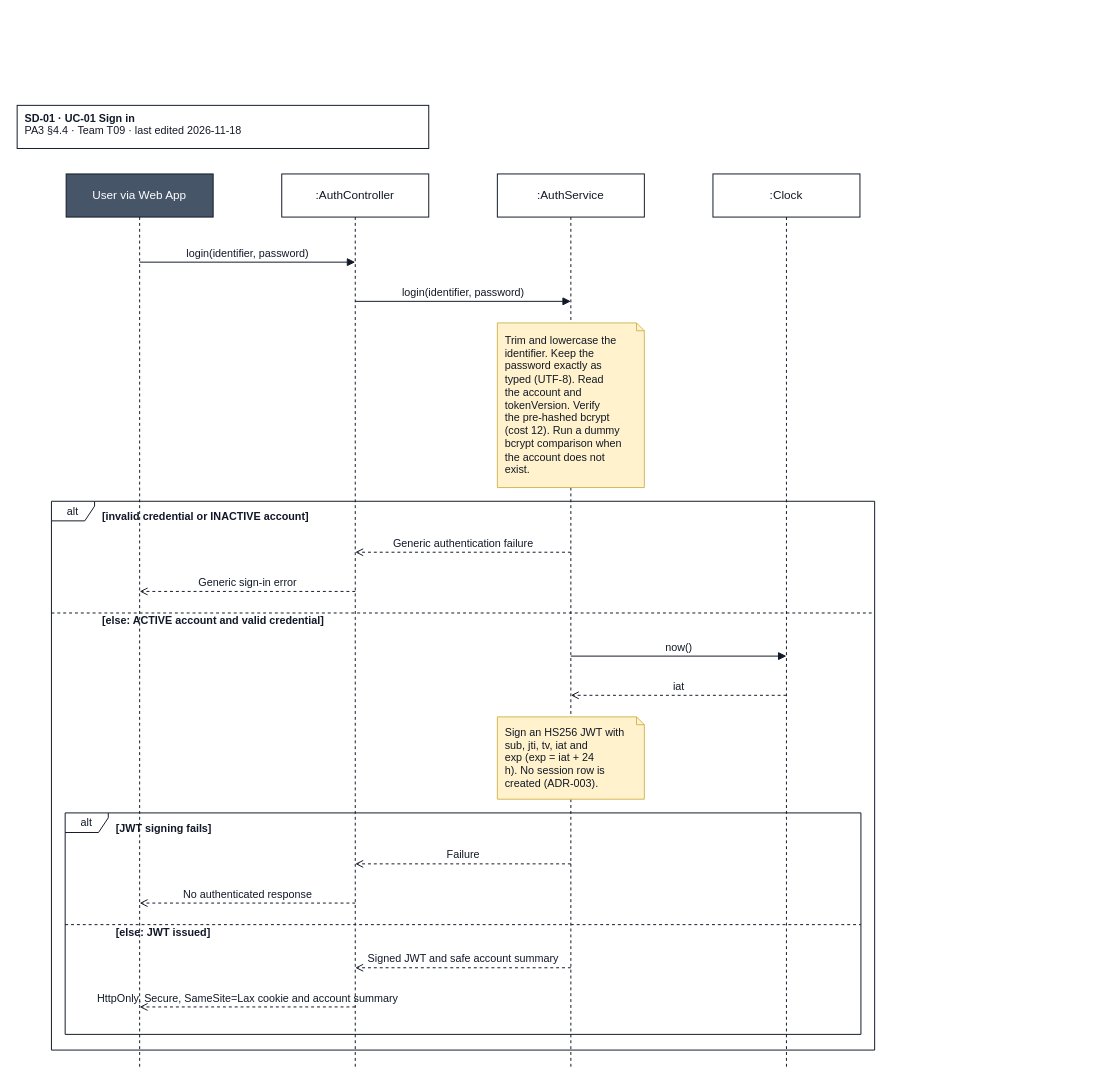
The draw.io diagram docs/design/diagrams/SD-01_uc01-sign-in.drawio in JuliaTrang/T09-CampusBorrow, before the edit. Source tidied: cells renumbered, new cells numbered last; positions are measured from the earlier drawing's top-left corner, leaving out a move shared by most shapes. Both pictures are drawn from the tidied source at 98%, with x=0, y=0 at pixel (17, 105).
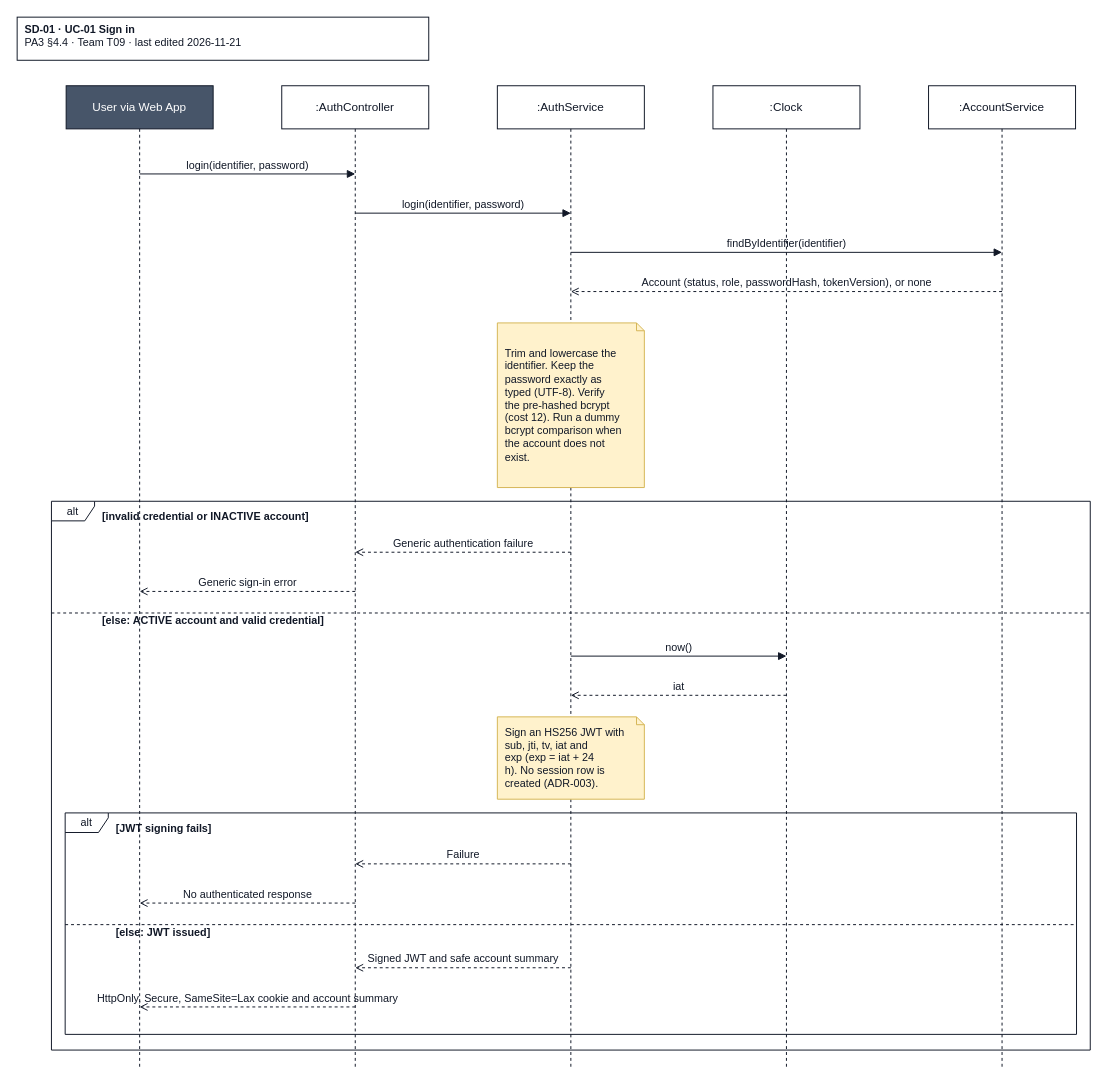
The same diagram, later.

What changed in the source:
```diff
@@
-    <mxCell id="2" value="&lt;b&gt;SD-01 · UC-01 Sign in&lt;/b&gt;&lt;br&gt;PA3 §4.4 · Team T09 · last edited 2026-11-18" style="rounded=0;whiteSpace=wrap;html=1;align=left;verticalAlign=top;spacingLeft=6;strokeColor=#111827;fillColor=#ffffff;fontFamily=Arial;fontSize=11;fontColor=#111827;" parent="1" vertex="1">
-      <mxGeometry width="420" height="44" as="geometry" />
+    <mxCell id="2" value="&lt;b&gt;SD-01 · UC-01 Sign in&lt;/b&gt;&lt;br&gt;PA3 §4.4 · Team T09 · last edited 2026-11-21" style="rounded=0;whiteSpace=wrap;html=1;align=left;verticalAlign=top;spacingLeft=6;strokeColor=#111827;fillColor=#ffffff;fontFamily=Arial;fontSize=11;fontColor=#111827;" parent="1" vertex="1">
+      <mxGeometry y="-90" width="420" height="44" as="geometry" />
     </mxCell>
     <mxCell id="3" value="User via Web App" style="shape=umlLifeline;perimeter=lifelinePerimeter;whiteSpace=wrap;html=1;size=44;strokeColor=#111827;fillColor=#475569;fontFamily=Arial;fontSize=12;fontColor=#ffffff;" parent="1" vertex="1">
-      <mxGeometry x="50" y="70" width="150" height="914" as="geometry" />
+      <mxGeometry x="50" y="-20" width="150" height="1004" as="geometry" />
     </mxCell>
     <mxCell id="4" value=":AuthController" style="shape=umlLifeline;perimeter=lifelinePerimeter;whiteSpace=wrap;html=1;size=44;strokeColor=#111827;fillColor=#ffffff;fontFamily=Arial;fontSize=12;fontColor=#111827;" parent="1" vertex="1">
-      <mxGeometry x="270" y="70" width="150" height="914" as="geometry" />
+      <mxGeometry x="270" y="-20" width="150" height="1004" as="geometry" />
     </mxCell>
     <mxCell id="5" value=":AuthService" style="shape=umlLifeline;perimeter=lifelinePerimeter;whiteSpace=wrap;html=1;size=44;strokeColor=#111827;fillColor=#ffffff;fontFamily=Arial;fontSize=12;fontColor=#111827;" parent="1" vertex="1">
-      <mxGeometry x="490" y="70" width="150" height="914" as="geometry" />
+      <mxGeometry x="490" y="-20" width="150" height="1004" as="geometry" />
     </mxCell>
     <mxCell id="6" value=":Clock" style="shape=umlLifeline;perimeter=lifelinePerimeter;whiteSpace=wrap;html=1;size=44;strokeColor=#111827;fillColor=#ffffff;fontFamily=Arial;fontSize=12;fontColor=#111827;" parent="1" vertex="1">
-      <mxGeometry x="710" y="70" width="150" height="914" as="geometry" />
+      <mxGeometry x="710" y="-20" width="150" height="1004" as="geometry" />
     </mxCell>
     <mxCell id="7" value="alt" style="shape=umlFrame;whiteSpace=wrap;html=1;width=44;height=20;fillColor=none;strokeColor=#111827;fontFamily=Arial;fontSize=11;fontColor=#111827;" parent="1" vertex="1">
-      <mxGeometry x="49" y="722" width="812" height="226" as="geometry" />
+      <mxGeometry x="49" y="722" width="1032" height="226" as="geometry" />
     </mxCell>
     <mxCell id="8" value="[JWT signing fails]" style="text;html=1;align=left;verticalAlign=middle;whiteSpace=wrap;fontStyle=1;fontFamily=Arial;fontSize=11;fontColor=#111827;" parent="1" vertex="1">
-      <mxGeometry x="99" y="728" width="752" height="20" as="geometry" />
+      <mxGeometry x="99" y="728" width="972" height="20" as="geometry" />
     </mxCell>
     <mxCell id="9" value="[else: JWT issued]" style="text;html=1;align=left;verticalAlign=middle;whiteSpace=wrap;fontStyle=1;fontFamily=Arial;fontSize=11;fontColor=#111827;" parent="1" vertex="1">
-      <mxGeometry x="99" y="834" width="752" height="20" as="geometry" />
+      <mxGeometry x="99" y="834" width="972" height="20" as="geometry" />
     </mxCell>
     <mxCell id="10" style="endArrow=none;dashed=1;html=1;strokeColor=#111827;" parent="1" edge="1">
       <mxGeometry relative="1" as="geometry">
         <mxPoint x="49" y="836" as="sourcePoint" />
-        <mxPoint x="861" y="836" as="targetPoint" />
+        <mxPoint x="1081" y="836" as="targetPoint" />
       </mxGeometry>
     </mxCell>
     <mxCell id="11" value="alt" style="shape=umlFrame;whiteSpace=wrap;html=1;width=44;height=20;fillColor=none;strokeColor=#111827;fontFamily=Arial;fontSize=11;fontColor=#111827;" parent="1" vertex="1">
-      <mxGeometry x="35" y="404" width="840" height="560" as="geometry" />
+      <mxGeometry x="35" y="404" width="1060" height="560" as="geometry" />
     </mxCell>
     <mxCell id="12" value="[invalid credential or INACTIVE account]" style="text;html=1;align=left;verticalAlign=middle;whiteSpace=wrap;fontStyle=1;fontFamily=Arial;fontSize=11;fontColor=#111827;" parent="1" vertex="1">
-      <mxGeometry x="85" y="410" width="780" height="20" as="geometry" />
+      <mxGeometry x="85" y="410" width="1000" height="20" as="geometry" />
     </mxCell>
     <mxCell id="13" value="[else: ACTIVE account and valid credential]" style="text;html=1;align=left;verticalAlign=middle;whiteSpace=wrap;fontStyle=1;fontFamily=Arial;fontSize=11;fontColor=#111827;" parent="1" vertex="1">
-      <mxGeometry x="85" y="516" width="780" height="20" as="geometry" />
+      <mxGeometry x="85" y="516" width="1000" height="20" as="geometry" />
     </mxCell>
     <mxCell id="14" style="endArrow=none;dashed=1;html=1;strokeColor=#111827;" parent="1" edge="1">
       <mxGeometry relative="1" as="geometry">
         <mxPoint x="35" y="518" as="sourcePoint" />
-        <mxPoint x="875" y="518" as="targetPoint" />
+        <mxPoint x="1095" y="518" as="targetPoint" />
       </mxGeometry>
     </mxCell>
-    <mxCell id="15" value="Trim and lowercase the&lt;br&gt;identifier. Keep the&lt;br&gt;password exactly as&lt;br&gt;typed (UTF-8). Read&lt;br&gt;the account and&lt;br&gt;tokenVersion. Verify&lt;br&gt;the pre-hashed bcrypt&lt;br&gt;(cost 12). Run a dummy&lt;br&gt;bcrypt comparison when&lt;br&gt;the account does not&lt;br&gt;exist." style="shape=note;size=8;whiteSpace=wrap;html=1;align=left;verticalAlign=middle;spacingLeft=6;fillColor=#fff2cc;strokeColor=#d6b656;fontFamily=Arial;fontSize=11;fontColor=#111827;" parent="1" vertex="1">
+    <mxCell id="15" value="Trim and lowercase the&lt;br&gt;identifier. Keep the&lt;br&gt;password exactly as&lt;br&gt;typed (UTF-8). Verify&lt;br&gt;the pre-hashed bcrypt&lt;br&gt;(cost 12). Run a dummy&lt;br&gt;bcrypt comparison when&lt;br&gt;the account does not&lt;br&gt;exist." style="shape=note;size=8;whiteSpace=wrap;html=1;align=left;verticalAlign=middle;spacingLeft=6;fillColor=#fff2cc;strokeColor=#d6b656;fontFamily=Arial;fontSize=11;fontColor=#111827;" parent="1" vertex="1">
       <mxGeometry x="490" y="222" width="150" height="168" as="geometry" />
     </mxCell>
@@
     <mxCell id="17" value="login(identifier, password)" style="html=1;verticalAlign=bottom;labelBackgroundColor=none;strokeColor=#111827;fontFamily=Arial;fontSize=11;fontColor=#111827;endArrow=block;endFill=1;" parent="1" edge="1">
       <mxGeometry relative="1" as="geometry">
-        <mxPoint x="125" y="160" as="sourcePoint" />
-        <mxPoint x="345" y="160" as="targetPoint" />
+        <mxPoint x="125" y="70" as="sourcePoint" />
+        <mxPoint x="345" y="70" as="targetPoint" />
       </mxGeometry>
     </mxCell>
     <mxCell id="18" value="login(identifier, password)" style="html=1;verticalAlign=bottom;labelBackgroundColor=none;strokeColor=#111827;fontFamily=Arial;fontSize=11;fontColor=#111827;endArrow=block;endFill=1;" parent="1" edge="1">
       <mxGeometry relative="1" as="geometry">
-        <mxPoint x="345" y="200" as="sourcePoint" />
-        <mxPoint x="565" y="200" as="targetPoint" />
+        <mxPoint x="345" y="110" as="sourcePoint" />
+        <mxPoint x="565" y="110" as="targetPoint" />
       </mxGeometry>
     </mxCell>
@@
+    <mxCell id="27" value=":AccountService" style="shape=umlLifeline;perimeter=lifelinePerimeter;whiteSpace=wrap;html=1;size=44;strokeColor=#111827;fillColor=#ffffff;fontFamily=Arial;fontSize=12;fontColor=#111827;" parent="1" vertex="1">
+      <mxGeometry x="930" y="-20" width="150" height="1004" as="geometry" />
+    </mxCell>
+    <mxCell id="28" value="findByIdentifier(identifier)" style="html=1;verticalAlign=bottom;labelBackgroundColor=none;strokeColor=#111827;fontFamily=Arial;fontSize=11;fontColor=#111827;endArrow=block;endFill=1;" parent="1" edge="1">
+      <mxGeometry relative="1" as="geometry">
+        <mxPoint x="565" y="150" as="sourcePoint" />
+        <mxPoint x="1005" y="150" as="targetPoint" />
+      </mxGeometry>
+    </mxCell>
+    <mxCell id="29" value="Account (status, role, passwordHash, tokenVersion), or none" style="html=1;verticalAlign=bottom;labelBackgroundColor=none;strokeColor=#111827;fontFamily=Arial;fontSize=11;fontColor=#111827;dashed=1;endArrow=open;endFill=0;" parent="1" edge="1">
+      <mxGeometry relative="1" as="geometry">
+        <mxPoint x="1005" y="190" as="sourcePoint" />
+        <mxPoint x="565" y="190" as="targetPoint" />
+      </mxGeometry>
+    </mxCell>
```
